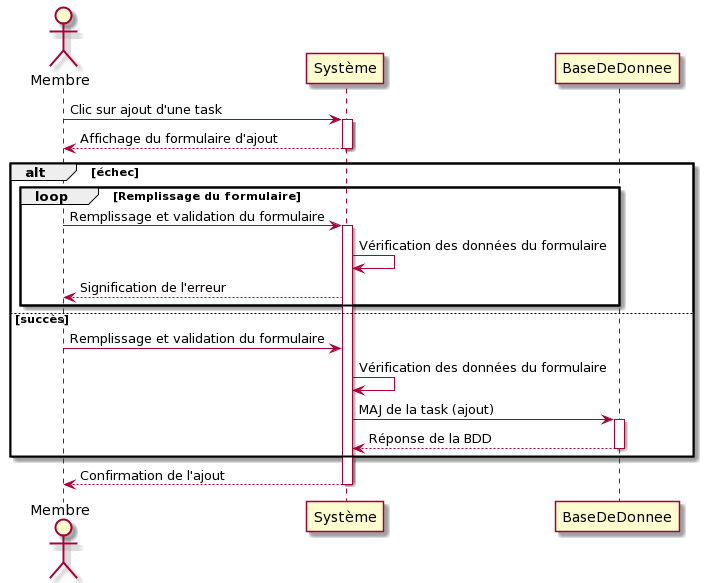
This is diagrammes/diagramme_sequence_ajout_task.png from Maxime22/projet8-TodoList, a PlantUML export, as it was before one commit. Source of this version:
```plantuml
@startuml
Actor Membre
Membre -> Système: Clic sur ajout d'une task
activate Système
Membre <-- Système: Affichage du formulaire d'ajout
deactivate Système
alt échec
loop Remplissage du formulaire
    Membre -> Système: Remplissage et validation du formulaire
    activate Système
    Système -> Système: Vérification des données du formulaire
    Système --> Membre: Signification de l'erreur
end
else succès
    Membre -> Système: Remplissage et validation du formulaire
    Système -> Système: Vérification des données du formulaire
    Système -> BaseDeDonnee: MAJ de la task (ajout)
    activate BaseDeDonnee
    BaseDeDonnee --> Système: Réponse de la BDD
    deactivate BaseDeDonnee
end
Membre <-- Système: Confirmation de l'ajout
deactivate Système
@enduml
```
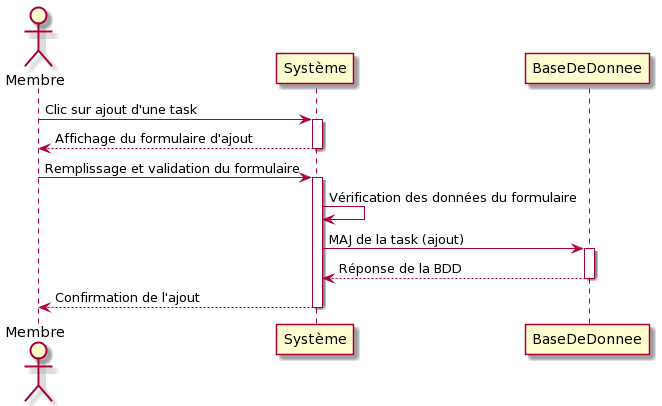
Above is the later version.

Change to the diagram source:
```diff
@@ -4,21 +4,13 @@
 activate Système
 Membre <-- Système: Affichage du formulaire d'ajout
 deactivate Système
-alt échec
-loop Remplissage du formulaire
-    Membre -> Système: Remplissage et validation du formulaire
-    activate Système
-    Système -> Système: Vérification des données du formulaire
-    Système --> Membre: Signification de l'erreur
-end
-else succès
-    Membre -> Système: Remplissage et validation du formulaire
-    Système -> Système: Vérification des données du formulaire
-    Système -> BaseDeDonnee: MAJ de la task (ajout)
-    activate BaseDeDonnee
-    BaseDeDonnee --> Système: Réponse de la BDD
-    deactivate BaseDeDonnee
-end
+Membre -> Système: Remplissage et validation du formulaire
+activate Système
+Système -> Système: Vérification des données du formulaire
+Système -> BaseDeDonnee: MAJ de la task (ajout)
+activate BaseDeDonnee
+BaseDeDonnee --> Système: Réponse de la BDD
+deactivate BaseDeDonnee
 Membre <-- Système: Confirmation de l'ajout
 deactivate Système
 @enduml
```
